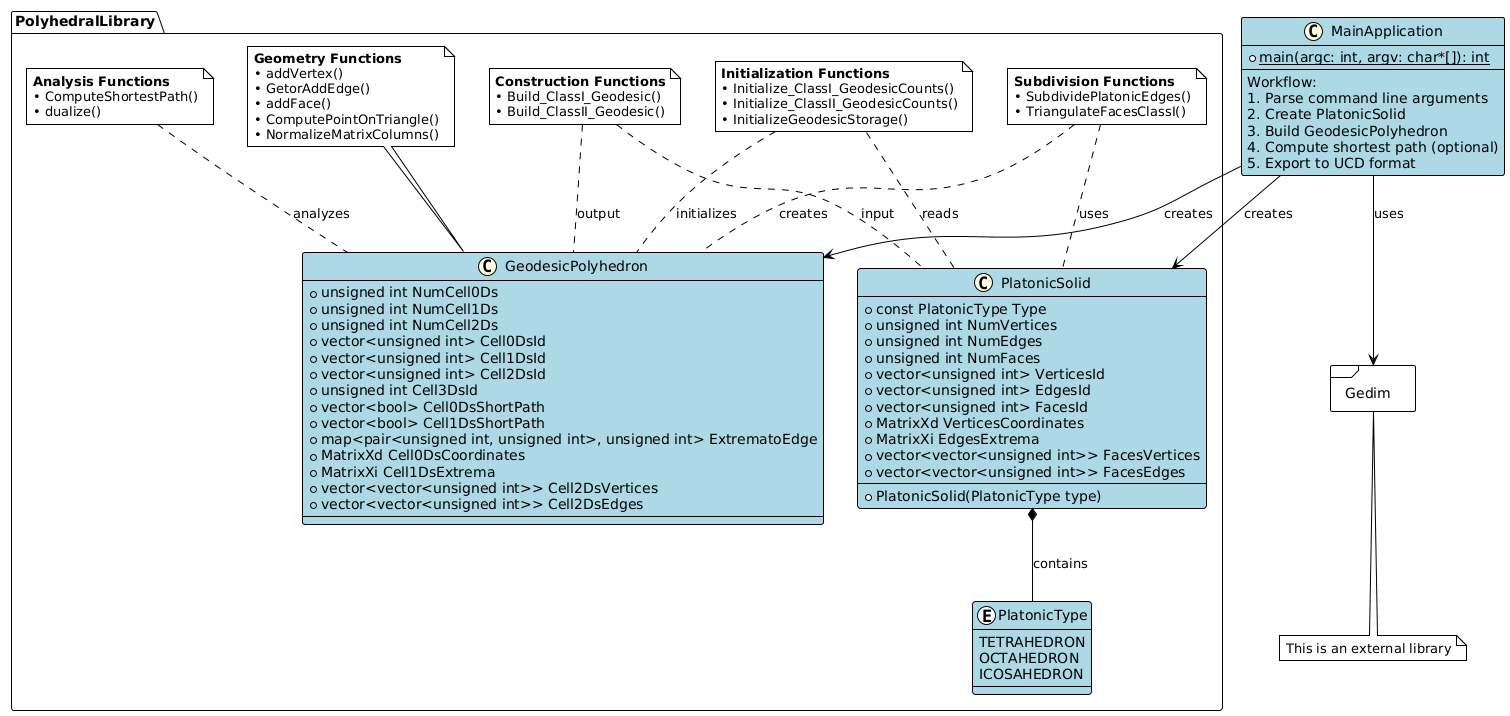
The PlantUML diagram Documentation/plant_uml_documentation.png in simone-botticelli/ProgettoPCS2025, before a commit.
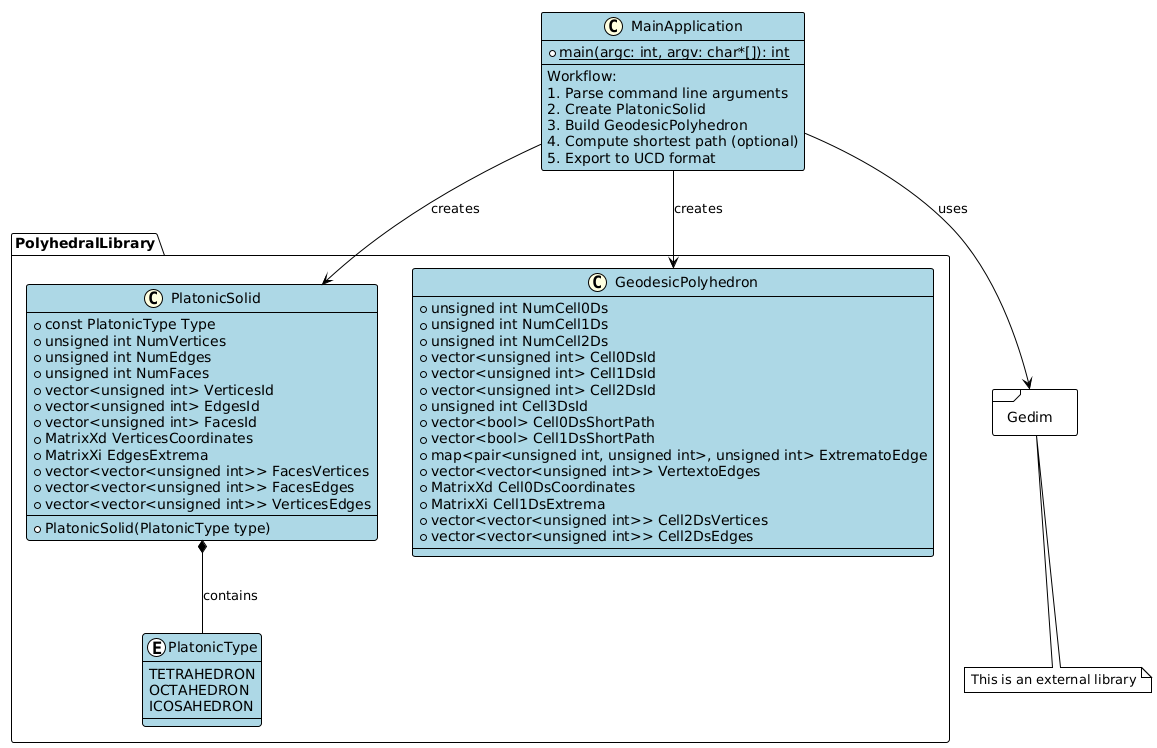
The same diagram one commit later.

The edit, as a diff of the source:
```diff
@@ -30,6 +30,7 @@
         +MatrixXi EdgesExtrema
         +vector<vector<unsigned int>> FacesVertices
         +vector<vector<unsigned int>> FacesEdges
+        +vector<vector<unsigned int>> VerticesEdges
         --
         +PlatonicSolid(PlatonicType type)
     }
@@ -45,6 +46,7 @@
         +vector<bool> Cell0DsShortPath
         +vector<bool> Cell1DsShortPath
         +map<pair<unsigned int, unsigned int>, unsigned int> ExtrematoEdge
+        +vector<vector<unsigned int>> VertextoEdges
         +MatrixXd Cell0DsCoordinates
         +MatrixXi Cell1DsExtrema
         +vector<vector<unsigned int>> Cell2DsVertices
@@ -53,52 +55,6 @@
 
     PlatonicSolid *-- PlatonicType : contains
 
-    note as InitNote
-        **Initialization Functions**
-        • Initialize_ClassI_GeodesicCounts()
-        • Initialize_ClassII_GeodesicCounts()
-        • InitializeGeodesicStorage()
-    end note
-
-    note as GeomNote
-        **Geometry Functions**
-        • addVertex()
-        • GetorAddEdge()
-        • addFace()
-        • ComputePointOnTriangle()
-        • NormalizeMatrixColumns()
-    end note
-
-    note as SubdivNote
-        **Subdivision Functions**
-        • SubdividePlatonicEdges()
-        • TriangulateFacesClassI()
-    end note
-
-    note as BuildNote
-        **Construction Functions**
-        • Build_ClassI_Geodesic()
-        • Build_ClassII_Geodesic()
-    end note
-
-    note as AnalysisNote
-        **Analysis Functions**
-        • ComputeShortestPath()
-        • dualize()
-    end note
-
-    InitNote .. PlatonicSolid : reads
-    InitNote .. GeodesicPolyhedron : initializes
-
-    GeomNote .. GeodesicPolyhedron : modifies
-
-    SubdivNote .. PlatonicSolid : uses
-    SubdivNote .. GeodesicPolyhedron : creates
-
-    BuildNote .. PlatonicSolid : input
-    BuildNote .. GeodesicPolyhedron : output
-
-    AnalysisNote .. GeodesicPolyhedron : analyzes
 
 }
 
```
